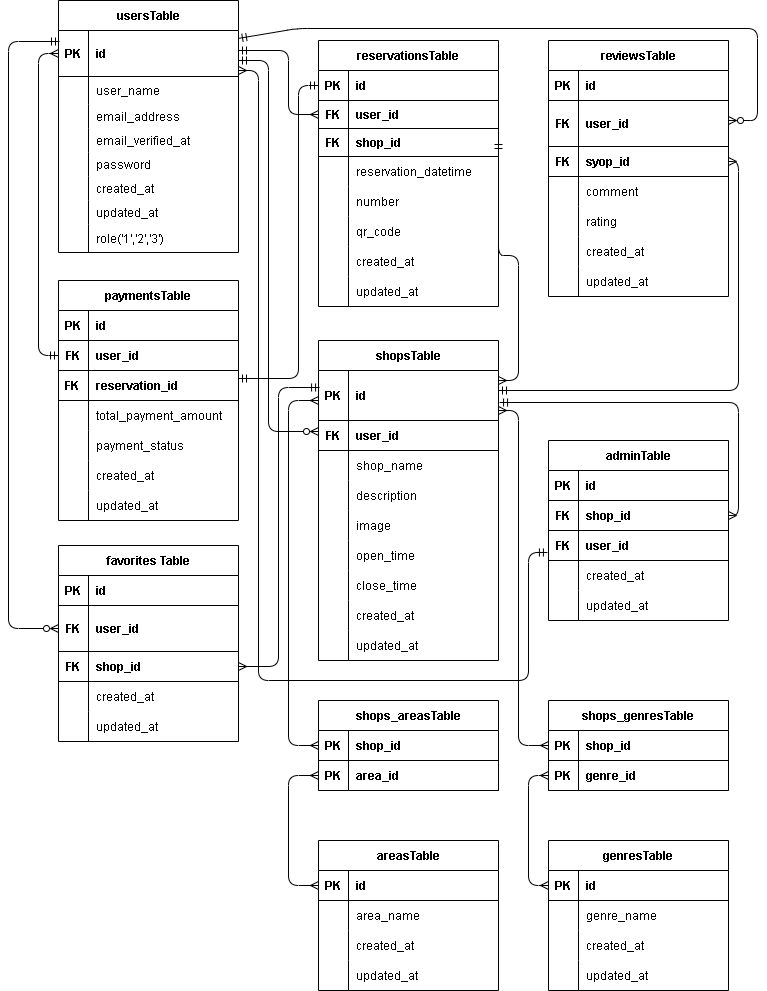
Earlier version of the draw.io export src/rese.drawio.png (ponponmama/2024-07-13). Source tidied: cells renumbered, new cells last; positions are measured from the earlier drawing's top-left corner, leaving out a move shared by most shapes.
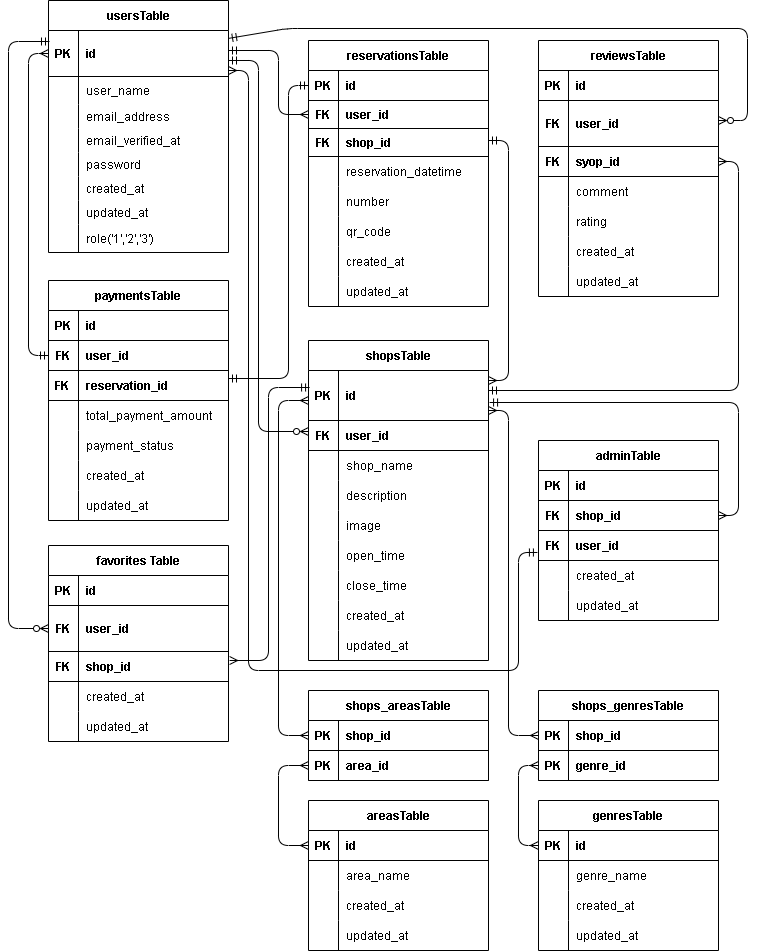
After the commit.

Commit message:
rese ER図修正

Diff of the diagram source:
```diff
@@ -81,8 +81,8 @@
       <mxGeometry relative="1" as="geometry">
         <mxPoint x="1" y="41" as="sourcePoint" />
         <Array as="points">
-          <mxPoint x="-50" y="41" />
-          <mxPoint x="-50" y="628" />
+          <mxPoint x="-40" y="41" />
+          <mxPoint x="-40" y="628" />
         </Array>
       </mxGeometry>
     </mxCell>
@@ -450,8 +450,7 @@
         <mxPoint x="490" y="140" as="targetPoint" />
         <Array as="points">
           <mxPoint x="510" y="380" />
-          <mxPoint x="510" y="255" />
-          <mxPoint x="490" y="255" />
+          <mxPoint x="510" y="140" />
         </Array>
       </mxGeometry>
     </mxCell>
@@ -459,17 +458,16 @@
       <mxGeometry relative="1" as="geometry">
         <mxPoint x="490" y="390" as="sourcePoint" />
         <Array as="points">
-          <mxPoint x="490" y="390" />
-          <mxPoint x="730" y="390" />
-          <mxPoint x="730" y="161" />
+          <mxPoint x="740" y="390" />
+          <mxPoint x="740" y="161" />
         </Array>
       </mxGeometry>
     </mxCell>
     <mxCell id="145" style="edgeStyle=orthogonalEdgeStyle;fontSize=12;html=1;endArrow=ERmany;entryX=1;entryY=0.5;entryDx=0;entryDy=0;startArrow=ERmandOne;startFill=0;strokeColor=#000000;strokeWidth=1;fontColor=default;exitX=1.006;exitY=0.64;exitDx=0;exitDy=0;exitPerimeter=0;" parent="1" edge="1" source="116" target="32">
       <mxGeometry relative="1" as="geometry">
         <Array as="points">
-          <mxPoint x="730" y="402" />
-          <mxPoint x="730" y="515" />
+          <mxPoint x="740" y="402" />
+          <mxPoint x="740" y="515" />
         </Array>
       </mxGeometry>
     </mxCell>
@@ -478,8 +476,8 @@
         <mxPoint x="230" y="70" as="targetPoint" />
         <Array as="points">
           <mxPoint x="520" y="552" />
-          <mxPoint x="520" y="680" />
-          <mxPoint x="250" y="680" />
+          <mxPoint x="520" y="670" />
+          <mxPoint x="250" y="670" />
           <mxPoint x="250" y="70" />
         </Array>
       </mxGeometry>
@@ -557,16 +555,16 @@
     <mxCell id="165" value="updated_at" style="shape=partialRectangle;fillColor=none;top=0;left=0;bottom=0;right=0;align=left;spacingLeft=6;overflow=hidden;fontColor=#000000;strokeColor=#000000;strokeWidth=1;" parent="163" vertex="1">
       <mxGeometry x="30" width="150" height="30" as="geometry" />
     </mxCell>
-    <mxCell id="166" style="edgeStyle=orthogonalEdgeStyle;fontSize=12;html=1;endArrow=ERmandOne;fontColor=#FF0000;exitX=1;exitY=0.5;exitDx=0;exitDy=0;strokeColor=#000000;startArrow=ERmany;startFill=0;entryX=0.006;entryY=0.34;entryDx=0;entryDy=0;entryPerimeter=0;" parent="1" edge="1" source="157" target="116">
+    <mxCell id="166" style="edgeStyle=orthogonalEdgeStyle;fontSize=12;html=1;endArrow=ERmandOne;fontColor=#FF0000;exitX=1.006;exitY=0.3;exitDx=0;exitDy=0;strokeColor=#000000;startArrow=ERmany;startFill=0;entryX=0.006;entryY=0.34;entryDx=0;entryDy=0;entryPerimeter=0;exitPerimeter=0;" parent="1" edge="1" source="157" target="116">
       <mxGeometry relative="1" as="geometry">
         <Array as="points">
-          <mxPoint x="270" y="666" />
+          <mxPoint x="270" y="660" />
           <mxPoint x="270" y="387" />
         </Array>
       </mxGeometry>
     </mxCell>
     <mxCell id="167" value="areasTable" style="shape=table;startSize=30;rowLines=0;fontStyle=1;align=center;strokeColor=#000000;strokeWidth=1;fontColor=#000000;fillColor=none;" parent="1" vertex="1">
-      <mxGeometry x="310" y="840" width="180" height="150" as="geometry" />
+      <mxGeometry x="310" y="800" width="180" height="150" as="geometry" />
     </mxCell>
     <mxCell id="168" style="shape=tableRow;horizontal=0;startSize=0;swimlaneHead=0;swimlaneBody=0;fillColor=none;points=[[0,0.5],[1,0.5]];portConstraint=eastwest;top=0;left=0;right=0;bottom=1;strokeColor=#000000;strokeWidth=1;fontColor=#000000;" parent="167" vertex="1">
       <mxGeometry y="30" width="180" height="30" as="geometry" />
@@ -605,7 +603,7 @@
       <mxGeometry x="30" width="150" height="30" as="geometry" />
     </mxCell>
     <mxCell id="180" value="genresTable" style="shape=table;startSize=30;rowLines=0;fontStyle=1;align=center;strokeColor=#000000;strokeWidth=1;fontColor=#000000;fillColor=none;" parent="1" vertex="1">
-      <mxGeometry x="540" y="840" width="180" height="150" as="geometry" />
+      <mxGeometry x="540" y="800" width="180" height="150" as="geometry" />
     </mxCell>
     <mxCell id="181" style="shape=tableRow;horizontal=0;startSize=0;swimlaneHead=0;swimlaneBody=0;fillColor=none;points=[[0,0.5],[1,0.5]];portConstraint=eastwest;top=0;left=0;right=0;bottom=1;strokeColor=#000000;strokeWidth=1;fontColor=#000000;" parent="180" vertex="1">
       <mxGeometry y="30" width="180" height="30" as="geometry" />
@@ -644,7 +642,7 @@
       <mxGeometry x="30" width="150" height="30" as="geometry" />
     </mxCell>
     <mxCell id="193" value="shops_areasTable" style="shape=table;startSize=30;rowLines=0;fontStyle=1;align=center;strokeColor=#000000;strokeWidth=1;fontColor=#000000;fillColor=none;" parent="1" vertex="1">
-      <mxGeometry x="310" y="700" width="180" height="90" as="geometry" />
+      <mxGeometry x="310" y="690" width="180" height="90" as="geometry" />
     </mxCell>
     <mxCell id="194" style="shape=tableRow;horizontal=0;startSize=0;swimlaneHead=0;swimlaneBody=0;fillColor=none;points=[[0,0.5],[1,0.5]];portConstraint=eastwest;top=0;left=0;right=0;bottom=1;strokeColor=#000000;strokeWidth=1;fontColor=#000000;" parent="193" vertex="1">
       <mxGeometry y="30" width="180" height="30" as="geometry" />
@@ -665,7 +663,7 @@
       <mxGeometry x="30" width="150" height="30" as="geometry" />
     </mxCell>
     <mxCell id="200" value="shops_genresTable" style="shape=table;startSize=30;rowLines=0;fontStyle=1;align=center;strokeColor=#000000;strokeWidth=1;fontColor=#000000;fillColor=none;" parent="1" vertex="1">
-      <mxGeometry x="540" y="700" width="180" height="90" as="geometry" />
+      <mxGeometry x="540" y="690" width="180" height="90" as="geometry" />
     </mxCell>
     <mxCell id="201" style="shape=tableRow;horizontal=0;startSize=0;swimlaneHead=0;swimlaneBody=0;fillColor=none;points=[[0,0.5],[1,0.5]];portConstraint=eastwest;top=0;left=0;right=0;bottom=1;strokeColor=#000000;strokeWidth=1;fontColor=#000000;" parent="200" vertex="1">
       <mxGeometry y="30" width="180" height="30" as="geometry" />
```
